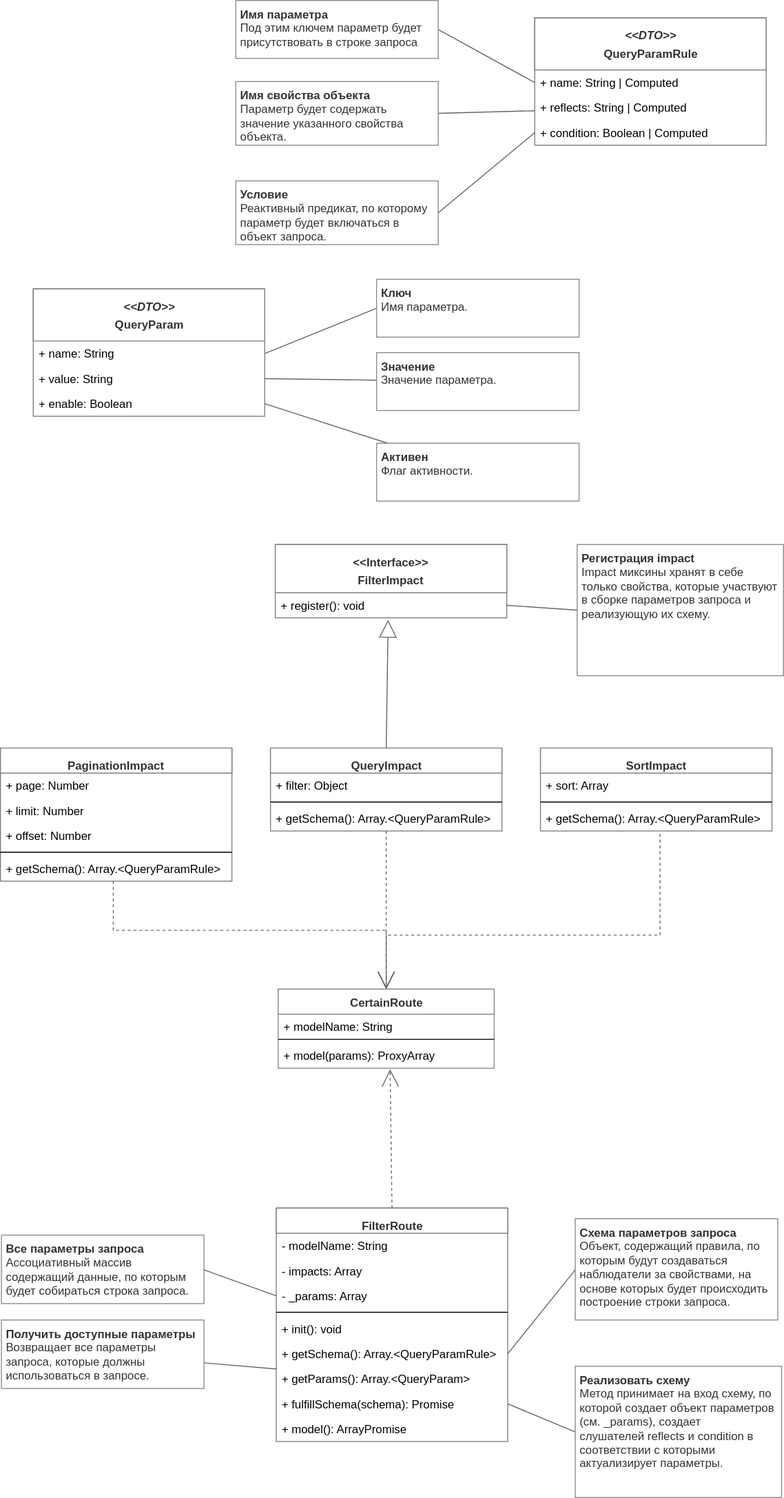
Above: filters.svg in ajile/draw-io (draw.io), before the change. Source tidied: cells renumbered, new cells last; positions are measured from the earlier drawing's top-left corner, leaving out a move shared by most shapes.
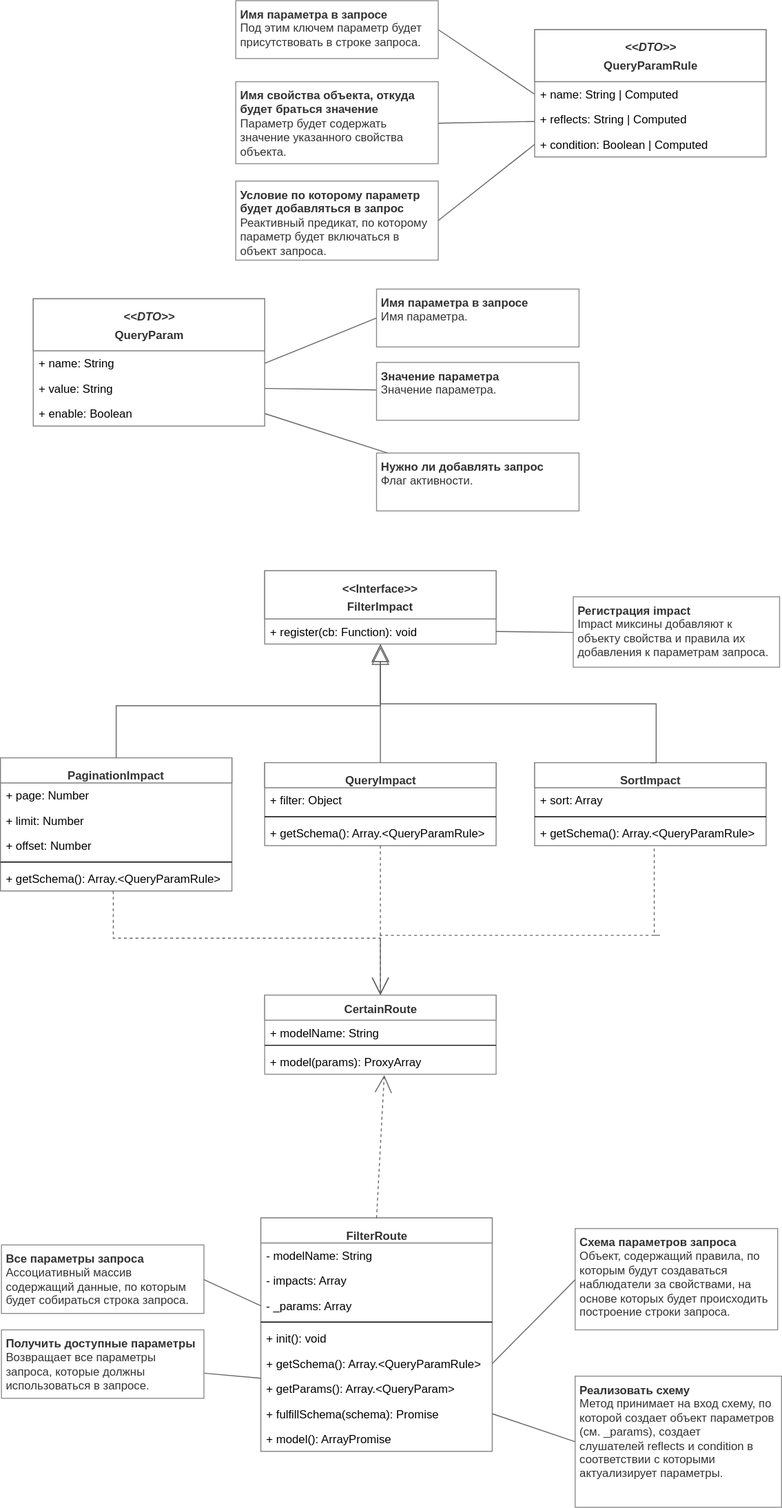
Later version of the same file.

Change to the diagram source:
```diff
@@ -3,7 +3,7 @@
     <mxCell id="0" />
     <mxCell id="1" parent="0" />
     <mxCell id="2" value="&lt;font style=&quot;font-size: 12px&quot; color=&quot;#333333&quot;&gt;FilterRoute&lt;/font&gt;" style="swimlane;fontStyle=1;align=center;verticalAlign=top;horizontal=1;startSize=26;swimlaneFillColor=#ffffff;strokeColor=#808080;fontSize=16;fontColor=#808080;html=1;" parent="1" vertex="1">
-      <mxGeometry x="286" y="1252" width="240" height="242" as="geometry" />
+      <mxGeometry x="270" y="1252" width="240" height="242" as="geometry" />
     </mxCell>
     <mxCell id="3" value="- modelName: String" style="text;strokeColor=none;fillColor=none;align=left;verticalAlign=top;spacingLeft=4;spacingRight=4;overflow=hidden;" parent="2" vertex="1">
       <mxGeometry y="26" width="240" height="26" as="geometry" />
@@ -36,7 +36,7 @@
       <mxGeometry relative="1" as="geometry" />
     </mxCell>
     <mxCell id="13" value="&lt;font style=&quot;font-size: 12px&quot; color=&quot;#333333&quot;&gt;&lt;i&gt;&amp;lt;&amp;lt;DTO&amp;gt;&amp;gt;&lt;/i&gt;&lt;br&gt;&lt;b&gt;QueryParamRule&lt;/b&gt;&lt;/font&gt;&lt;br&gt;" style="swimlane;fontStyle=1;align=center;verticalAlign=top;horizontal=1;startSize=54;swimlaneFillColor=#ffffff;strokeColor=#808080;fontSize=16;fontColor=#808080;html=1;" parent="1" vertex="1">
-      <mxGeometry x="554" y="18" width="240" height="132" as="geometry" />
+      <mxGeometry x="554" y="20" width="240" height="132" as="geometry" />
     </mxCell>
     <mxCell id="14" value="+ name: String | Computed" style="text;strokeColor=none;fillColor=none;align=left;verticalAlign=top;spacingLeft=4;spacingRight=4;overflow=hidden;points=[[0,0.5],[1,0.5]];portConstraint=eastwest;" parent="13" vertex="1">
       <mxGeometry y="54" width="240" height="26" as="geometry" />
@@ -47,17 +47,17 @@
     <mxCell id="16" value="+ condition: Boolean | Computed" style="text;strokeColor=none;fillColor=none;align=left;verticalAlign=top;spacingLeft=4;spacingRight=4;overflow=hidden;points=[[0,0.5],[1,0.5]];portConstraint=eastwest;" parent="13" vertex="1">
       <mxGeometry y="106" width="240" height="26" as="geometry" />
     </mxCell>
-    <mxCell id="17" value="&lt;span&gt;&lt;b&gt;Имя параметра&lt;/b&gt;&lt;/span&gt;&lt;div&gt;&lt;span&gt;Под этим ключем параметр будет&lt;/span&gt;&lt;div&gt;присутствовать в строке запроса&lt;br&gt;&lt;/div&gt;&lt;div&gt;&lt;br&gt;&lt;/div&gt;&lt;/div&gt;" style="text;html=1;strokeColor=#8C8C8C;fillColor=none;align=left;verticalAlign=top;whiteSpace=wrap;rounded=0;fontSize=12;fontColor=#333333;spacingLeft=2;spacingBottom=2;" parent="1" vertex="1">
-      <mxGeometry x="244" width="210" height="60" as="geometry" />
+    <mxCell id="17" value="&lt;span&gt;&lt;b&gt;Имя параметра в запросе&lt;/b&gt;&lt;/span&gt;&lt;div&gt;&lt;span&gt;Под этим ключем параметр будет&lt;/span&gt;&lt;div&gt;присутствовать в строке запроса.&lt;br&gt;&lt;/div&gt;&lt;div&gt;&lt;br&gt;&lt;/div&gt;&lt;/div&gt;" style="text;html=1;strokeColor=#8C8C8C;fillColor=none;align=left;verticalAlign=top;whiteSpace=wrap;rounded=0;fontSize=12;fontColor=#333333;spacingLeft=2;spacingBottom=2;" parent="1" vertex="1">
+      <mxGeometry x="244" y="-10" width="210" height="60" as="geometry" />
     </mxCell>
-    <mxCell id="18" value="&lt;span&gt;&lt;b&gt;Имя свойства объекта&lt;/b&gt;&lt;/span&gt;&lt;div&gt;Параметр будет содержать значение указанного свойства объекта.&lt;/div&gt;" style="text;html=1;strokeColor=#8C8C8C;fillColor=none;align=left;verticalAlign=top;whiteSpace=wrap;rounded=0;fontSize=12;fontColor=#333333;spacingLeft=2;spacingBottom=2;" parent="1" vertex="1">
-      <mxGeometry x="244" y="84" width="210" height="66" as="geometry" />
+    <mxCell id="18" value="&lt;span&gt;&lt;b&gt;Имя свойства объекта, откуда будет браться значение&lt;/b&gt;&lt;/span&gt;&lt;div&gt;Параметр будет содержать значение указанного свойства объекта.&lt;/div&gt;" style="text;html=1;strokeColor=#8C8C8C;fillColor=none;align=left;verticalAlign=top;whiteSpace=wrap;rounded=0;fontSize=12;fontColor=#333333;spacingLeft=2;spacingBottom=2;" parent="1" vertex="1">
+      <mxGeometry x="244" y="74" width="210" height="85" as="geometry" />
     </mxCell>
     <mxCell id="19" style="rounded=0;html=1;startSize=4;endArrow=none;endFill=0;endSize=16;jettySize=auto;strokeColor=#666666;strokeWidth=1;fontSize=12;fontColor=#333333;exitX=1;exitY=0.5;" parent="1" edge="1" source="18" target="15">
       <mxGeometry relative="1" as="geometry" />
     </mxCell>
-    <mxCell id="20" value="&lt;span&gt;&lt;b&gt;Условие&lt;/b&gt;&lt;/span&gt;&lt;div&gt;Реактивный предикат, по которому параметр будет включаться в объект запроса.&lt;/div&gt;" style="text;html=1;strokeColor=#8C8C8C;fillColor=none;align=left;verticalAlign=top;whiteSpace=wrap;rounded=0;fontSize=12;fontColor=#333333;spacingLeft=2;spacingBottom=2;spacingRight=2;" parent="1" vertex="1">
-      <mxGeometry x="244" y="187" width="210" height="66" as="geometry" />
+    <mxCell id="20" value="&lt;span&gt;&lt;b&gt;Условие по которому параметр будет добавляться в запрос&lt;/b&gt;&lt;/span&gt;&lt;div&gt;Реактивный предикат, по которому параметр будет включаться в объект запроса.&lt;/div&gt;" style="text;html=1;strokeColor=#8C8C8C;fillColor=none;align=left;verticalAlign=top;whiteSpace=wrap;rounded=0;fontSize=12;fontColor=#333333;spacingLeft=2;spacingBottom=2;spacingRight=2;" parent="1" vertex="1">
+      <mxGeometry x="244" y="177" width="210" height="82" as="geometry" />
     </mxCell>
     <mxCell id="21" style="rounded=0;html=1;startSize=4;endArrow=none;endFill=0;endSize=16;jettySize=auto;strokeColor=#666666;strokeWidth=1;fontSize=12;fontColor=#333333;exitX=1;exitY=0.5;entryX=0;entryY=0.5;" parent="1" edge="1" source="20" target="16">
       <mxGeometry relative="1" as="geometry" />
@@ -92,7 +92,7 @@
     <mxCell id="31" value="+ enable: Boolean" style="text;strokeColor=none;fillColor=none;align=left;verticalAlign=top;spacingLeft=4;spacingRight=4;overflow=hidden;points=[[0,0.5],[1,0.5]];portConstraint=eastwest;" parent="28" vertex="1">
       <mxGeometry y="106" width="240" height="26" as="geometry" />
     </mxCell>
-    <mxCell id="32" value="&lt;span&gt;&lt;b&gt;Ключ&lt;/b&gt;&lt;/span&gt;&lt;div&gt;Имя параметра.&lt;/div&gt;" style="text;html=1;strokeColor=#8C8C8C;fillColor=none;align=left;verticalAlign=top;whiteSpace=wrap;rounded=0;fontSize=12;fontColor=#333333;spacingLeft=2;spacingBottom=2;" parent="1" vertex="1">
+    <mxCell id="32" value="&lt;span&gt;&lt;b&gt;Имя параметра в запросе&lt;/b&gt;&lt;/span&gt;&lt;div&gt;Имя параметра.&lt;/div&gt;" style="text;html=1;strokeColor=#8C8C8C;fillColor=none;align=left;verticalAlign=top;whiteSpace=wrap;rounded=0;fontSize=12;fontColor=#333333;spacingLeft=2;spacingBottom=2;" parent="1" vertex="1">
       <mxGeometry x="390" y="289" width="210" height="60" as="geometry" />
     </mxCell>
     <mxCell id="33" style="rounded=0;html=1;startSize=4;endArrow=none;endFill=0;endSize=16;jettySize=auto;strokeColor=#666666;strokeWidth=1;fontSize=12;fontColor=#333333;exitX=1;exitY=0.5;entryX=0;entryY=0.5;" parent="1" edge="1" source="29" target="32">
@@ -101,19 +101,19 @@
     <mxCell id="34" style="edgeStyle=none;rounded=0;html=1;entryX=1;entryY=0.5;startSize=4;endArrow=none;endFill=0;endSize=16;jettySize=auto;strokeColor=#666666;strokeWidth=1;fontSize=12;fontColor=#333333;" parent="1" edge="1" source="35" target="30">
       <mxGeometry relative="1" as="geometry" />
     </mxCell>
-    <mxCell id="35" value="&lt;span&gt;&lt;b&gt;Значение&lt;/b&gt;&lt;/span&gt;&lt;div&gt;&lt;div&gt;Значение параметра.&lt;/div&gt;&lt;/div&gt;" style="text;html=1;strokeColor=#8C8C8C;fillColor=none;align=left;verticalAlign=top;whiteSpace=wrap;rounded=0;fontSize=12;fontColor=#333333;spacingLeft=2;spacingBottom=2;" parent="1" vertex="1">
+    <mxCell id="35" value="&lt;span&gt;&lt;b&gt;Значение параметра&lt;/b&gt;&lt;/span&gt;&lt;div&gt;&lt;div&gt;Значение параметра.&lt;/div&gt;&lt;/div&gt;" style="text;html=1;strokeColor=#8C8C8C;fillColor=none;align=left;verticalAlign=top;whiteSpace=wrap;rounded=0;fontSize=12;fontColor=#333333;spacingLeft=2;spacingBottom=2;" parent="1" vertex="1">
       <mxGeometry x="390" y="365" width="210" height="60" as="geometry" />
     </mxCell>
     <mxCell id="36" style="edgeStyle=none;rounded=0;html=1;entryX=1;entryY=0.5;startSize=4;endArrow=none;endFill=0;endSize=16;jettySize=auto;strokeColor=#666666;strokeWidth=1;fontSize=12;fontColor=#333333;" parent="1" edge="1" source="37" target="31">
       <mxGeometry relative="1" as="geometry" />
     </mxCell>
-    <mxCell id="37" value="&lt;span&gt;&lt;b&gt;Активен&lt;/b&gt;&lt;/span&gt;&lt;div&gt;&lt;div&gt;Флаг активности.&lt;/div&gt;&lt;/div&gt;" style="text;html=1;strokeColor=#8C8C8C;fillColor=none;align=left;verticalAlign=top;whiteSpace=wrap;rounded=0;fontSize=12;fontColor=#333333;spacingLeft=2;spacingBottom=2;" parent="1" vertex="1">
+    <mxCell id="37" value="&lt;span&gt;&lt;b&gt;Нужно ли добавлять запрос&lt;/b&gt;&lt;/span&gt;&lt;div&gt;&lt;div&gt;Флаг активности.&lt;/div&gt;&lt;/div&gt;" style="text;html=1;strokeColor=#8C8C8C;fillColor=none;align=left;verticalAlign=top;whiteSpace=wrap;rounded=0;fontSize=12;fontColor=#333333;spacingLeft=2;spacingBottom=2;" parent="1" vertex="1">
       <mxGeometry x="390" y="459" width="210" height="60" as="geometry" />
     </mxCell>
     <mxCell id="38" value="&lt;font style=&quot;font-size: 12px&quot; color=&quot;#333333&quot;&gt;&amp;lt;&amp;lt;Interface&amp;gt;&amp;gt;&lt;br&gt;FilterImpact&lt;/font&gt;" style="swimlane;fontStyle=1;align=center;verticalAlign=top;horizontal=1;startSize=50;swimlaneFillColor=#ffffff;strokeColor=#808080;fontSize=16;fontColor=#808080;html=1;" parent="1" vertex="1">
-      <mxGeometry x="285" y="564" width="240" height="76" as="geometry" />
+      <mxGeometry x="274" y="581" width="240" height="76" as="geometry" />
     </mxCell>
-    <mxCell id="39" value="+ register(): void" style="text;strokeColor=none;fillColor=none;align=left;verticalAlign=top;spacingLeft=4;spacingRight=4;overflow=hidden;points=[[0,0.5],[1,0.5]];portConstraint=eastwest;" parent="38" vertex="1">
+    <mxCell id="39" value="+ register(cb: Function): void" style="text;strokeColor=none;fillColor=none;align=left;verticalAlign=top;spacingLeft=4;spacingRight=4;overflow=hidden;points=[[0,0.5],[1,0.5]];portConstraint=eastwest;" parent="38" vertex="1">
       <mxGeometry y="50" width="240" height="26" as="geometry" />
     </mxCell>
     <mxCell id="40" value="&lt;b&gt;Реализовать схему&lt;/b&gt;&lt;br&gt;&lt;div&gt;Метод принимает&amp;nbsp;&lt;span&gt;на вход&amp;nbsp;&lt;/span&gt;&lt;span&gt;схему, по которой создает объект параметров (см. _params), создает слушателей&amp;nbsp;&lt;/span&gt;&lt;span&gt;reflects и&amp;nbsp;&lt;/span&gt;&lt;span&gt;condition в соответствии с которыми актуализирует параметры.&lt;/span&gt;&lt;/div&gt;" style="text;html=1;strokeColor=#8C8C8C;fillColor=none;align=left;verticalAlign=top;whiteSpace=wrap;rounded=0;fontSize=12;fontColor=#333333;spacingLeft=2;spacingBottom=2;spacingRight=2;" parent="1" vertex="1">
@@ -144,7 +144,7 @@
       <mxGeometry relative="1" as="geometry" />
     </mxCell>
     <mxCell id="49" value="&lt;font style=&quot;font-size: 12px&quot; color=&quot;#333333&quot;&gt;QueryImpact&lt;/font&gt;" style="swimlane;fontStyle=1;align=center;verticalAlign=top;horizontal=1;startSize=26;swimlaneFillColor=#ffffff;strokeColor=#808080;fontSize=16;fontColor=#808080;html=1;" parent="1" vertex="1">
-      <mxGeometry x="280" y="775" width="240" height="86" as="geometry" />
+      <mxGeometry x="274" y="780" width="240" height="86" as="geometry" />
     </mxCell>
     <mxCell id="50" value="+ filter: Object" style="text;strokeColor=none;fillColor=none;align=left;verticalAlign=top;spacingLeft=4;spacingRight=4;overflow=hidden;" parent="49" vertex="1">
       <mxGeometry y="26" width="240" height="26" as="geometry" />
@@ -156,7 +156,7 @@
       <mxGeometry y="60" width="240" height="26" as="geometry" />
     </mxCell>
     <mxCell id="53" value="&lt;font style=&quot;font-size: 12px&quot; color=&quot;#333333&quot;&gt;SortImpact&lt;/font&gt;" style="swimlane;fontStyle=1;align=center;verticalAlign=top;horizontal=1;startSize=26;swimlaneFillColor=#ffffff;strokeColor=#808080;fontSize=16;fontColor=#808080;html=1;" parent="1" vertex="1">
-      <mxGeometry x="560" y="775" width="240" height="86" as="geometry" />
+      <mxGeometry x="554" y="780" width="240" height="86" as="geometry" />
     </mxCell>
     <mxCell id="54" value="+ sort: Array" style="text;strokeColor=none;fillColor=none;align=left;verticalAlign=top;spacingLeft=4;spacingRight=4;overflow=hidden;" parent="53" vertex="1">
       <mxGeometry y="26" width="240" height="26" as="geometry" />
@@ -168,16 +168,16 @@
       <mxGeometry y="60" width="240" height="26" as="geometry" />
     </mxCell>
     <mxCell id="57" value="CertainRoute" style="swimlane;fontStyle=1;align=center;verticalAlign=top;horizontal=1;startSize=26;swimlaneFillColor=#ffffff;strokeColor=#8C8C8C;fontSize=12;fontColor=#333333;html=1;" parent="1" vertex="1">
-      <mxGeometry x="288" y="1025" width="224" height="82" as="geometry" />
+      <mxGeometry x="274" y="1021" width="240" height="82" as="geometry" />
     </mxCell>
     <mxCell id="58" value="+ modelName: String" style="text;strokeColor=none;fillColor=none;align=left;verticalAlign=top;spacingLeft=4;spacingRight=4;overflow=hidden;" parent="57" vertex="1">
-      <mxGeometry y="26" width="224" height="22" as="geometry" />
+      <mxGeometry y="26" width="240" height="22" as="geometry" />
     </mxCell>
     <mxCell id="59" style="line;strokeWidth=1;fillColor=none;align=left;verticalAlign=middle;spacingTop=-1;spacingLeft=3;spacingRight=3;labelPosition=right;" parent="57" vertex="1">
-      <mxGeometry y="48" width="224" height="8" as="geometry" />
+      <mxGeometry y="48" width="240" height="8" as="geometry" />
     </mxCell>
     <mxCell id="60" value="+ model(params): ProxyArray" style="text;strokeColor=none;fillColor=none;align=left;verticalAlign=top;spacingLeft=4;spacingRight=4;overflow=hidden;points=[[0,0.5],[1,0.5]];portConstraint=eastwest;" parent="57" vertex="1">
-      <mxGeometry y="56" width="224" height="26" as="geometry" />
+      <mxGeometry y="56" width="240" height="26" as="geometry" />
     </mxCell>
     <mxCell id="61" style="edgeStyle=orthogonalEdgeStyle;rounded=0;html=1;entryX=0.5;entryY=0;startArrow=none;startFill=0;startSize=16;endArrow=open;endFill=0;endSize=16;jettySize=auto;strokeColor=#666666;strokeWidth=1;fontSize=12;fontColor=#333333;dashed=1;exitX=0.488;exitY=1;exitPerimeter=0;" parent="1" edge="1" source="47" target="57">
       <mxGeometry relative="1" as="geometry" />
@@ -185,16 +185,16 @@
     <mxCell id="62" style="edgeStyle=orthogonalEdgeStyle;rounded=0;html=1;entryX=0.5;entryY=0;startArrow=none;startFill=0;startSize=16;endArrow=open;endFill=0;endSize=16;jettySize=auto;strokeColor=#666666;strokeWidth=1;fontSize=12;fontColor=#333333;dashed=1;exitX=0.517;exitY=1.115;exitPerimeter=0;" parent="1" edge="1" source="56" target="57">
       <mxGeometry relative="1" as="geometry">
         <Array as="points">
-          <mxPoint x="684" y="969" />
-          <mxPoint x="400" y="969" />
+          <mxPoint x="684" y="959" />
+          <mxPoint x="386" y="959" />
         </Array>
       </mxGeometry>
     </mxCell>
-    <mxCell id="63" style="edgeStyle=none;rounded=0;html=1;startSize=16;endArrow=none;endFill=0;endSize=16;jettySize=auto;strokeColor=#666666;strokeWidth=1;fontSize=12;fontColor=#333333;startArrow=block;startFill=0;entryX=0.5;entryY=0;exitX=0.488;exitY=1.077;exitPerimeter=0;" parent="1" edge="1" source="39" target="49">
+    <mxCell id="63" style="edgeStyle=none;rounded=0;html=1;startSize=16;endArrow=none;endFill=0;endSize=16;jettySize=auto;strokeColor=#666666;strokeWidth=1;fontSize=12;fontColor=#333333;startArrow=block;startFill=0;entryX=0.5;entryY=0;" parent="1" edge="1" source="38" target="49">
       <mxGeometry relative="1" as="geometry" />
     </mxCell>
-    <mxCell id="64" value="&lt;b&gt;Регистрация impact&lt;/b&gt;&lt;br&gt;&lt;div&gt;Impact миксины хранят в себе только свойства, которые участвуют в сборке параметров запроса и реализующую их схему.&lt;/div&gt;" style="text;html=1;strokeColor=#8C8C8C;fillColor=none;align=left;verticalAlign=top;whiteSpace=wrap;rounded=0;fontSize=12;fontColor=#333333;spacingLeft=2;spacingBottom=2;spacingRight=2;" parent="1" vertex="1">
-      <mxGeometry x="598" y="564" width="214" height="136" as="geometry" />
+    <mxCell id="64" value="&lt;b&gt;Регистрация impact&lt;/b&gt;&lt;br&gt;&lt;div&gt;Impact миксины добавляют к объекту свойства и правила их добавления к параметрам запроса.&lt;/div&gt;" style="text;html=1;strokeColor=#8C8C8C;fillColor=none;align=left;verticalAlign=top;whiteSpace=wrap;rounded=0;fontSize=12;fontColor=#333333;spacingLeft=2;spacingBottom=2;spacingRight=2;" parent="1" vertex="1">
+      <mxGeometry x="594" y="608" width="214" height="73" as="geometry" />
     </mxCell>
     <mxCell id="65" style="edgeStyle=none;rounded=0;html=1;startSize=4;endArrow=none;endFill=0;endSize=16;jettySize=auto;strokeColor=#666666;strokeWidth=1;fontSize=12;fontColor=#333333;entryX=0;entryY=0.5;exitX=1;exitY=0.5;" parent="1" edge="1" source="39" target="64">
       <mxGeometry relative="1" as="geometry" />
@@ -202,5 +202,21 @@
     <mxCell id="66" style="rounded=0;html=1;entryX=0.518;entryY=1.038;startArrow=none;startFill=0;startSize=16;endArrow=open;endFill=0;endSize=16;jettySize=auto;strokeColor=#666666;strokeWidth=1;fontSize=12;fontColor=#333333;dashed=1;exitX=0.5;exitY=0;entryPerimeter=0;" parent="1" edge="1" source="2" target="60">
       <mxGeometry relative="1" as="geometry" />
     </mxCell>
+    <mxCell id="67" style="edgeStyle=orthogonalEdgeStyle;rounded=0;html=1;startSize=16;endArrow=none;endFill=0;endSize=16;jettySize=auto;strokeColor=#666666;strokeWidth=1;fontSize=12;fontColor=#333333;startArrow=block;startFill=0;entryX=0.5;entryY=0;exitX=0.5;exitY=1;exitPerimeter=0;" parent="1" edge="1" source="39" target="42">
+      <mxGeometry relative="1" as="geometry">
+        <Array as="points">
+          <mxPoint x="394" y="721" />
+          <mxPoint x="120" y="721" />
+        </Array>
+      </mxGeometry>
+    </mxCell>
+    <mxCell id="68" style="edgeStyle=orthogonalEdgeStyle;rounded=0;html=1;startSize=16;endArrow=none;endFill=0;endSize=16;jettySize=auto;strokeColor=#666666;strokeWidth=1;fontSize=12;fontColor=#333333;startArrow=block;startFill=0;entryX=0.5;entryY=0;exitX=0.5;exitY=1.115;exitPerimeter=0;" parent="1" edge="1" source="39" target="53">
+      <mxGeometry relative="1" as="geometry">
+        <Array as="points">
+          <mxPoint x="394" y="719" />
+          <mxPoint x="680" y="719" />
+        </Array>
+      </mxGeometry>
+    </mxCell>
   </root>
 </mxGraphModel>
```
